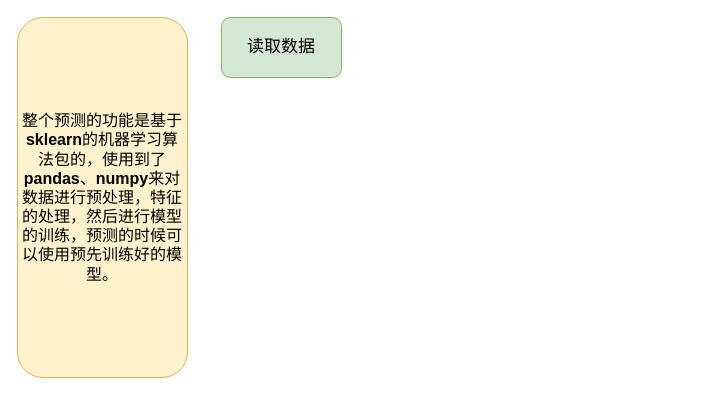
This is 二手房价格预测-机器学习.drawio from redcomet88/DRAW, a draw.io file, before an edit. Source tidied: cells renumbered, new cells numbered last; positions are measured from the earlier drawing's top-left corner, leaving out a move shared by most shapes. Both pictures are drawn from the tidied source at 100%, with x=0, y=0 at pixel (17, 17).
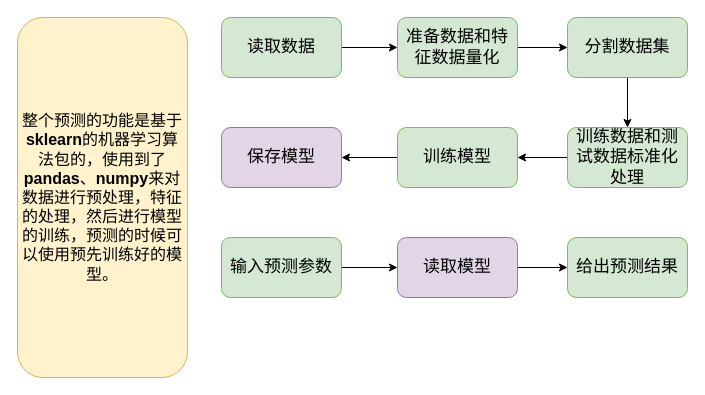
After the change.

Commit message (it also covers changes not shown here):
Update 二手房价格预测-机器学习.drawio

Change to the diagram source:
```diff
@@
 <mxGraphModel>
   <root>
     <mxCell id="0" />
     <mxCell id="1" parent="0" />
+    <mxCell id="4" style="edgeStyle=orthogonalEdgeStyle;rounded=0;jettySize=auto;html=1;exitX=1;exitY=0.5;exitDx=0;exitDy=0;entryX=0;entryY=0.5;entryDx=0;entryDy=0;fontSize=17;" parent="1" edge="1" source="2" target="6">
+      <mxGeometry relative="1" as="geometry" />
+    </mxCell>
     <mxCell id="2" value="读取数据" style="rounded=1;whiteSpace=wrap;html=1;fillColor=#d5e8d4;strokeColor=#82b366;fontSize=17;" parent="1" vertex="1">
       <mxGeometry x="204" width="120" height="60" as="geometry" />
     </mxCell>
     <mxCell id="3" value="&lt;font style=&quot;font-size: 16px&quot;&gt;整个预测的功能是基于&lt;b&gt;sklearn&lt;/b&gt;的机器学习算法包的，使用到了&lt;b&gt;pandas&lt;/b&gt;、&lt;b&gt;numpy&lt;/b&gt;来对数据进行预处理，特征的处理，然后进行模型的训练，预测的时候可以使用预先训练好的模型。&lt;/font&gt;" style="rounded=1;whiteSpace=wrap;html=1;fillColor=#fff2cc;strokeColor=#d6b656;" parent="1" vertex="1">
       <mxGeometry width="170" height="360" as="geometry" />
     </mxCell>
+    <mxCell id="5" style="edgeStyle=orthogonalEdgeStyle;rounded=0;jettySize=auto;html=1;exitX=1;exitY=0.5;exitDx=0;exitDy=0;entryX=0;entryY=0.5;entryDx=0;entryDy=0;fontSize=17;" parent="1" edge="1" source="6" target="8">
+      <mxGeometry relative="1" as="geometry" />
+    </mxCell>
+    <mxCell id="6" value="准备数据和特征数据量化" style="rounded=1;whiteSpace=wrap;html=1;fillColor=#d5e8d4;strokeColor=#82b366;fontSize=17;" parent="1" vertex="1">
+      <mxGeometry x="380" width="120" height="60" as="geometry" />
+    </mxCell>
+    <mxCell id="7" style="edgeStyle=orthogonalEdgeStyle;rounded=0;jettySize=auto;html=1;exitX=0.5;exitY=1;exitDx=0;exitDy=0;entryX=0.5;entryY=0;entryDx=0;entryDy=0;fontSize=17;" parent="1" edge="1" source="8" target="10">
+      <mxGeometry relative="1" as="geometry" />
+    </mxCell>
+    <mxCell id="8" value="分割数据集" style="rounded=1;whiteSpace=wrap;html=1;fillColor=#d5e8d4;strokeColor=#82b366;fontSize=17;" parent="1" vertex="1">
+      <mxGeometry x="550" width="120" height="60" as="geometry" />
+    </mxCell>
+    <mxCell id="9" style="edgeStyle=orthogonalEdgeStyle;rounded=0;jettySize=auto;html=1;exitX=0;exitY=0.5;exitDx=0;exitDy=0;entryX=1;entryY=0.5;entryDx=0;entryDy=0;fontSize=17;" parent="1" edge="1" source="10" target="12">
+      <mxGeometry relative="1" as="geometry" />
+    </mxCell>
+    <mxCell id="10" value="训练数据和测试数据标准化处理" style="rounded=1;whiteSpace=wrap;html=1;fillColor=#d5e8d4;strokeColor=#82b366;fontSize=17;" parent="1" vertex="1">
+      <mxGeometry x="550" y="110" width="120" height="60" as="geometry" />
+    </mxCell>
+    <mxCell id="11" style="edgeStyle=orthogonalEdgeStyle;rounded=0;jettySize=auto;html=1;exitX=0;exitY=0.5;exitDx=0;exitDy=0;fontSize=17;entryX=1;entryY=0.5;entryDx=0;entryDy=0;" parent="1" edge="1" source="12" target="13">
+      <mxGeometry relative="1" as="geometry" />
+    </mxCell>
+    <mxCell id="12" value="训练模型" style="rounded=1;whiteSpace=wrap;html=1;fillColor=#d5e8d4;strokeColor=#82b366;fontSize=17;" parent="1" vertex="1">
+      <mxGeometry x="380" y="110" width="120" height="60" as="geometry" />
+    </mxCell>
+    <mxCell id="13" value="保存模型" style="rounded=1;whiteSpace=wrap;html=1;fillColor=#e1d5e7;strokeColor=#9673a6;fontSize=17;" parent="1" vertex="1">
+      <mxGeometry x="204" y="110" width="120" height="60" as="geometry" />
+    </mxCell>
+    <mxCell id="14" style="edgeStyle=orthogonalEdgeStyle;rounded=0;jettySize=auto;html=1;exitX=1;exitY=0.5;exitDx=0;exitDy=0;entryX=0;entryY=0.5;entryDx=0;entryDy=0;fontSize=17;" parent="1" edge="1" source="15" target="17">
+      <mxGeometry relative="1" as="geometry" />
+    </mxCell>
+    <mxCell id="15" value="输入预测参数" style="rounded=1;whiteSpace=wrap;html=1;fillColor=#d5e8d4;strokeColor=#82b366;fontSize=17;" parent="1" vertex="1">
+      <mxGeometry x="204" y="220" width="120" height="60" as="geometry" />
+    </mxCell>
+    <mxCell id="16" style="edgeStyle=orthogonalEdgeStyle;rounded=0;jettySize=auto;html=1;exitX=1;exitY=0.5;exitDx=0;exitDy=0;entryX=0;entryY=0.5;entryDx=0;entryDy=0;fontSize=17;" parent="1" edge="1" source="17" target="18">
+      <mxGeometry relative="1" as="geometry" />
+    </mxCell>
+    <mxCell id="17" value="读取模型" style="rounded=1;whiteSpace=wrap;html=1;fillColor=#e1d5e7;strokeColor=#9673a6;fontSize=17;" parent="1" vertex="1">
+      <mxGeometry x="380" y="220" width="120" height="60" as="geometry" />
+    </mxCell>
+    <mxCell id="18" value="给出预测结果" style="rounded=1;whiteSpace=wrap;html=1;fillColor=#d5e8d4;strokeColor=#82b366;fontSize=17;" parent="1" vertex="1">
+      <mxGeometry x="550" y="220" width="120" height="60" as="geometry" />
+    </mxCell>
   </root>
 </mxGraphModel>
```
